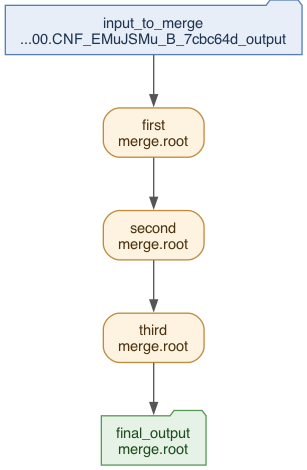
PanDAWMS/panda-docs keeps this Graphviz diagram as docs/source/client/native_workflow/images/pchain_native_dag_multistep_merge_wfd.png. Above is the earlier version. Its source is kept beside it as docs/source/client/native_workflow/dag/pchain_native_dag_multistep_merge_wfd.dot. Source of this version:
```dot
digraph "multistep_merge_chain" {
  compound=true;
  rankdir=TB;
  graph [fontname="Helvetica", bgcolor="transparent", nodesep=0.35, ranksep=0.55];
  node [fontname="Helvetica", fontsize=11, margin="0.16,0.09"];
  edge [fontname="Helvetica", fontsize=9, color="#555555", arrowsize=0.8];

  "in_input_to_merge" [label="input_to_merge\n...00.CNF_EMuJSMu_B_7cbc64d_output", shape=folder, style=filled, fillcolor="#e8eef7", color="#5a7fb0", fontcolor="#1f3552"];
  "first" [label="first\nmerge.root", shape=box, style="rounded,filled", fillcolor="#fdf3e0", color="#c08b3e", fontcolor="#4d3410"];
  "second" [label="second\nmerge.root", shape=box, style="rounded,filled", fillcolor="#fdf3e0", color="#c08b3e", fontcolor="#4d3410"];
  "third" [label="third\nmerge.root", shape=box, style="rounded,filled", fillcolor="#fdf3e0", color="#c08b3e", fontcolor="#4d3410"];
  "in_input_to_merge" -> "first";
  "first" -> "second";
  "second" -> "third";
  "out_final_output" [label="final_output\nmerge.root", shape=folder, style=filled, fillcolor="#e6f2e6", color="#5a9a5a", fontcolor="#1f4d1f"];
  "third" -> "out_final_output";
}
```
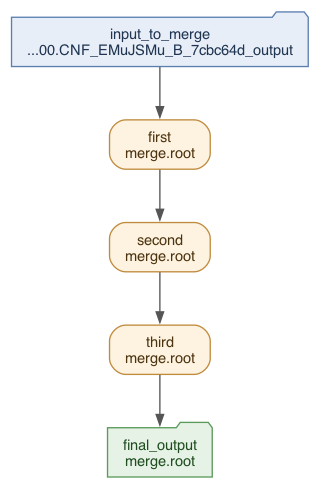
The same file after the commit.

Commit message:
improve native workflow images

The edit, as a diff of the source:
```diff
@@ -1,7 +1,7 @@
 digraph "multistep_merge_chain" {
   compound=true;
   rankdir=TB;
-  graph [fontname="Helvetica", bgcolor="transparent", nodesep=0.35, ranksep=0.55];
+  graph [fontname="Helvetica", bgcolor="transparent", nodesep=0.35, ranksep=0.55, pad="0.12,0.18"];
   node [fontname="Helvetica", fontsize=11, margin="0.16,0.09"];
   edge [fontname="Helvetica", fontsize=9, color="#555555", arrowsize=0.8];
 
```
